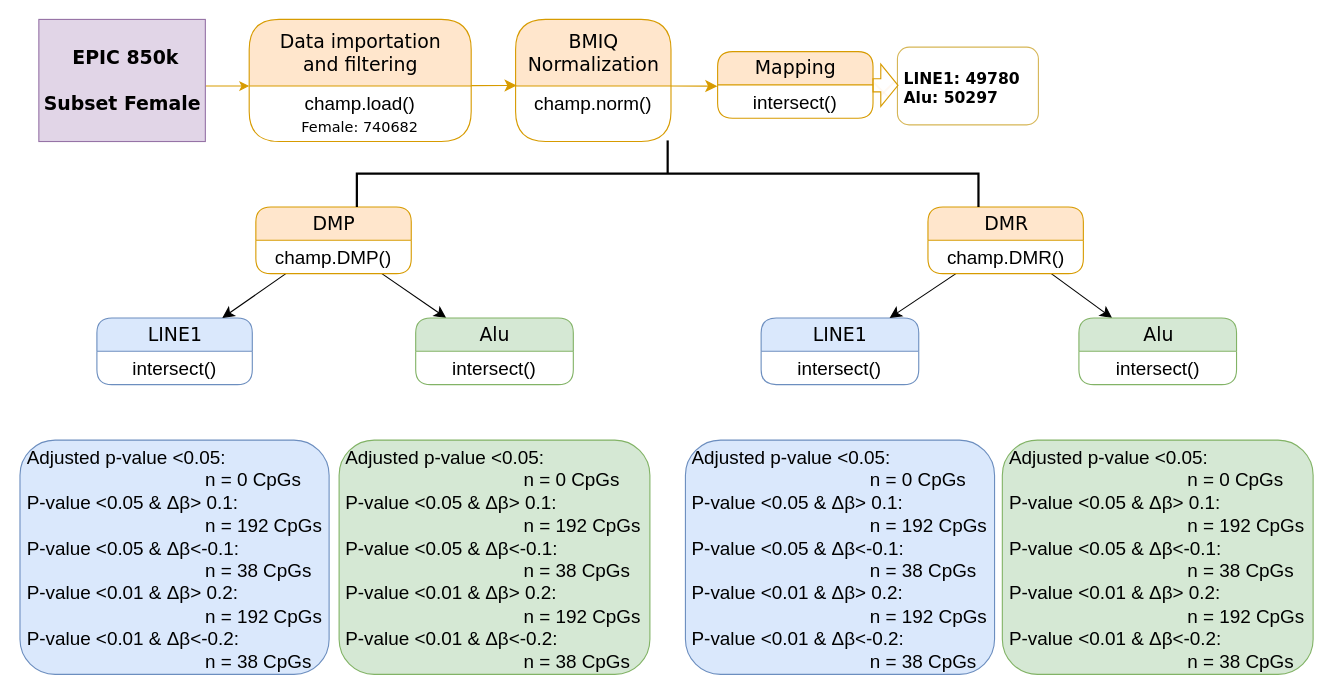
This is subset.drawio from mwLuan/image_storage, a draw.io file, before an edit. Source tidied: cells renumbered, new cells numbered last; positions are measured from the earlier drawing's top-left corner, leaving out a move shared by most shapes. Both pictures are drawn from the tidied source at 111%, with x=0, y=0 at pixel (20, -138).
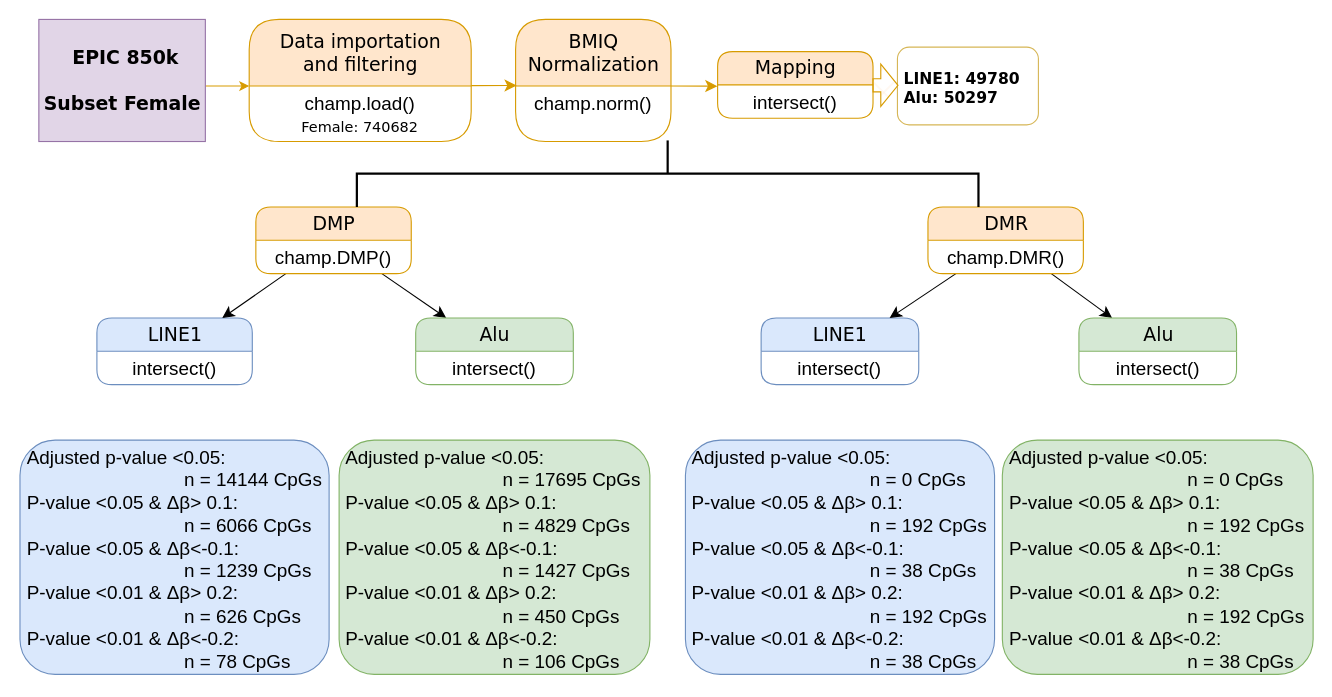
After the change.

Change to the diagram source:
```diff
@@
-    <mxCell id="27" value="&lt;font style=&quot;font-size: 17px;&quot;&gt;Adjusted p-value &amp;lt;0.05: &lt;br&gt;&amp;nbsp; &amp;nbsp; &amp;nbsp; &amp;nbsp; &amp;nbsp; &amp;nbsp; &amp;nbsp; &amp;nbsp; &amp;nbsp; &amp;nbsp; &amp;nbsp; &amp;nbsp; &amp;nbsp; &amp;nbsp; &amp;nbsp; &amp;nbsp; &amp;nbsp; n = 0 CpGs &lt;br&gt;P-value &amp;lt;0.05 &amp;amp; Δβ&amp;gt; 0.1:&lt;br&gt;&amp;nbsp; &amp;nbsp; &amp;nbsp; &amp;nbsp; &amp;nbsp; &amp;nbsp; &amp;nbsp; &amp;nbsp; &amp;nbsp; &amp;nbsp; &amp;nbsp; &amp;nbsp; &amp;nbsp; &amp;nbsp; &amp;nbsp; &amp;nbsp; &amp;nbsp; n = 192 CpGs&lt;br&gt;P-value &amp;lt;0.05 &amp;amp; Δβ&amp;lt;-0.1:&lt;br&gt;&amp;nbsp; &amp;nbsp; &amp;nbsp; &amp;nbsp; &amp;nbsp; &amp;nbsp; &amp;nbsp; &amp;nbsp; &amp;nbsp; &amp;nbsp; &amp;nbsp; &amp;nbsp; &amp;nbsp; &amp;nbsp; &amp;nbsp; &amp;nbsp; &amp;nbsp; n = 38 CpGs&lt;br&gt;P-value &amp;lt;0.01 &amp;amp; Δβ&amp;gt; 0.2:&lt;br&gt;&amp;nbsp; &amp;nbsp; &amp;nbsp; &amp;nbsp; &amp;nbsp; &amp;nbsp; &amp;nbsp; &amp;nbsp; &amp;nbsp; &amp;nbsp; &amp;nbsp; &amp;nbsp; &amp;nbsp; &amp;nbsp; &amp;nbsp; &amp;nbsp; &amp;nbsp; n = 192 CpGs&lt;br style=&quot;border-color: var(--border-color);&quot;&gt;P-value &amp;lt;0.01 &amp;amp; Δβ&amp;lt;-0.2:&lt;br&gt;&amp;nbsp; &amp;nbsp; &amp;nbsp; &amp;nbsp; &amp;nbsp; &amp;nbsp; &amp;nbsp; &amp;nbsp; &amp;nbsp; &amp;nbsp; &amp;nbsp; &amp;nbsp; &amp;nbsp; &amp;nbsp; &amp;nbsp; &amp;nbsp; &amp;nbsp; n = 38 CpGs&lt;br&gt;&lt;/font&gt;" style="text;html=1;spacingLeft=4;spacingRight=4;whiteSpace=wrap;overflow=hidden;align=left;rounded=1;fillColor=#dae8fc;strokeColor=#6c8ebf;" parent="1" vertex="1">
+    <mxCell id="27" value="&lt;font style=&quot;font-size: 17px;&quot;&gt;Adjusted p-value &amp;lt;0.05: &lt;br&gt;&amp;nbsp; &amp;nbsp; &amp;nbsp; &amp;nbsp; &amp;nbsp; &amp;nbsp; &amp;nbsp; &amp;nbsp; &amp;nbsp; &amp;nbsp; &amp;nbsp; &amp;nbsp; &amp;nbsp; &amp;nbsp; &amp;nbsp; n = 14144 CpGs &lt;br&gt;P-value &amp;lt;0.05 &amp;amp; Δβ&amp;gt; 0.1:&lt;br&gt;&amp;nbsp; &amp;nbsp; &amp;nbsp; &amp;nbsp; &amp;nbsp; &amp;nbsp; &amp;nbsp; &amp;nbsp; &amp;nbsp; &amp;nbsp; &amp;nbsp; &amp;nbsp; &amp;nbsp; &amp;nbsp; &amp;nbsp; n = 6066 CpGs&lt;br&gt;P-value &amp;lt;0.05 &amp;amp; Δβ&amp;lt;-0.1:&lt;br&gt;&amp;nbsp; &amp;nbsp; &amp;nbsp; &amp;nbsp; &amp;nbsp; &amp;nbsp; &amp;nbsp; &amp;nbsp; &amp;nbsp; &amp;nbsp; &amp;nbsp; &amp;nbsp; &amp;nbsp; &amp;nbsp; &amp;nbsp; n = 1239 CpGs&lt;br&gt;P-value &amp;lt;0.01 &amp;amp; Δβ&amp;gt; 0.2:&lt;br&gt;&amp;nbsp; &amp;nbsp; &amp;nbsp; &amp;nbsp; &amp;nbsp; &amp;nbsp; &amp;nbsp; &amp;nbsp; &amp;nbsp; &amp;nbsp; &amp;nbsp; &amp;nbsp; &amp;nbsp; &amp;nbsp; &amp;nbsp; n = 626 CpGs&lt;br style=&quot;border-color: var(--border-color);&quot;&gt;P-value &amp;lt;0.01 &amp;amp; Δβ&amp;lt;-0.2:&lt;br&gt;&amp;nbsp; &amp;nbsp; &amp;nbsp; &amp;nbsp; &amp;nbsp; &amp;nbsp; &amp;nbsp; &amp;nbsp; &amp;nbsp; &amp;nbsp; &amp;nbsp; &amp;nbsp; &amp;nbsp; &amp;nbsp; &amp;nbsp; n = 78 CpGs&lt;br&gt;&lt;/font&gt;" style="text;html=1;spacingLeft=4;spacingRight=4;whiteSpace=wrap;overflow=hidden;align=left;rounded=1;fillColor=#dae8fc;strokeColor=#6c8ebf;" parent="1" vertex="1">
       <mxGeometry x="-0.5" y="520" width="278.5" height="211" as="geometry" />
     </mxCell>
-    <mxCell id="28" value="&lt;div style=&quot;font-size: 17px;&quot;&gt;&lt;font style=&quot;font-size: 17px;&quot;&gt;Adjusted p-value &amp;lt;0.05:&lt;/font&gt;&lt;/div&gt;&lt;div style=&quot;font-size: 17px;&quot;&gt;&lt;font style=&quot;font-size: 17px;&quot;&gt;&amp;nbsp; &amp;nbsp; &amp;nbsp; &amp;nbsp; &amp;nbsp; &amp;nbsp; &amp;nbsp; &amp;nbsp; &amp;nbsp; &amp;nbsp; &amp;nbsp; &amp;nbsp; &amp;nbsp; &amp;nbsp; &amp;nbsp; &amp;nbsp; &amp;nbsp; n = 0 CpGs&lt;/font&gt;&lt;/div&gt;&lt;div style=&quot;font-size: 17px;&quot;&gt;&lt;font style=&quot;font-size: 17px;&quot;&gt;P-value &amp;lt;0.05 &amp;amp; Δβ&amp;gt; 0.1:&lt;/font&gt;&lt;/div&gt;&lt;div style=&quot;font-size: 17px;&quot;&gt;&lt;font style=&quot;font-size: 17px;&quot;&gt;&amp;nbsp; &amp;nbsp; &amp;nbsp; &amp;nbsp; &amp;nbsp; &amp;nbsp; &amp;nbsp; &amp;nbsp; &amp;nbsp; &amp;nbsp; &amp;nbsp; &amp;nbsp; &amp;nbsp; &amp;nbsp; &amp;nbsp; &amp;nbsp; &amp;nbsp; n = 192 CpGs&lt;/font&gt;&lt;/div&gt;&lt;div style=&quot;font-size: 17px;&quot;&gt;&lt;font style=&quot;font-size: 17px;&quot;&gt;P-value &amp;lt;0.05 &amp;amp; Δβ&amp;lt;-0.1:&lt;/font&gt;&lt;/div&gt;&lt;div style=&quot;font-size: 17px;&quot;&gt;&lt;font style=&quot;font-size: 17px;&quot;&gt;&amp;nbsp; &amp;nbsp; &amp;nbsp; &amp;nbsp; &amp;nbsp; &amp;nbsp; &amp;nbsp; &amp;nbsp; &amp;nbsp; &amp;nbsp; &amp;nbsp; &amp;nbsp; &amp;nbsp; &amp;nbsp; &amp;nbsp; &amp;nbsp; &amp;nbsp; n = 38 CpGs&lt;/font&gt;&lt;/div&gt;&lt;div style=&quot;font-size: 17px;&quot;&gt;&lt;font style=&quot;font-size: 17px;&quot;&gt;P-value &amp;lt;0.01 &amp;amp; Δβ&amp;gt; 0.2:&lt;/font&gt;&lt;/div&gt;&lt;div style=&quot;font-size: 17px;&quot;&gt;&lt;font style=&quot;font-size: 17px;&quot;&gt;&amp;nbsp; &amp;nbsp; &amp;nbsp; &amp;nbsp; &amp;nbsp; &amp;nbsp; &amp;nbsp; &amp;nbsp; &amp;nbsp; &amp;nbsp; &amp;nbsp; &amp;nbsp; &amp;nbsp; &amp;nbsp; &amp;nbsp; &amp;nbsp; &amp;nbsp; n = 192 CpGs&lt;/font&gt;&lt;/div&gt;&lt;div style=&quot;font-size: 17px;&quot;&gt;&lt;font style=&quot;font-size: 17px;&quot;&gt;P-value &amp;lt;0.01 &amp;amp; Δβ&amp;lt;-0.2:&lt;/font&gt;&lt;/div&gt;&lt;div style=&quot;font-size: 17px;&quot;&gt;&lt;font style=&quot;font-size: 17px;&quot;&gt;&amp;nbsp; &amp;nbsp; &amp;nbsp; &amp;nbsp; &amp;nbsp; &amp;nbsp; &amp;nbsp; &amp;nbsp; &amp;nbsp; &amp;nbsp; &amp;nbsp; &amp;nbsp; &amp;nbsp; &amp;nbsp; &amp;nbsp; &amp;nbsp; &amp;nbsp; n = 38 CpGs&lt;/font&gt;&lt;/div&gt;" style="text;html=1;spacingLeft=4;spacingRight=4;whiteSpace=wrap;overflow=hidden;align=left;rounded=1;fillColor=#d5e8d4;strokeColor=#82b366;" parent="1" vertex="1">
+    <mxCell id="28" value="&lt;div style=&quot;font-size: 17px;&quot;&gt;&lt;font style=&quot;font-size: 17px;&quot;&gt;Adjusted p-value &amp;lt;0.05:&lt;/font&gt;&lt;/div&gt;&lt;div style=&quot;font-size: 17px;&quot;&gt;&lt;font style=&quot;font-size: 17px;&quot;&gt;&amp;nbsp; &amp;nbsp; &amp;nbsp; &amp;nbsp; &amp;nbsp; &amp;nbsp; &amp;nbsp; &amp;nbsp; &amp;nbsp; &amp;nbsp; &amp;nbsp; &amp;nbsp; &amp;nbsp; &amp;nbsp; &amp;nbsp; n = 17695 CpGs&lt;/font&gt;&lt;/div&gt;&lt;div style=&quot;font-size: 17px;&quot;&gt;&lt;font style=&quot;font-size: 17px;&quot;&gt;P-value &amp;lt;0.05 &amp;amp; Δβ&amp;gt; 0.1:&lt;/font&gt;&lt;/div&gt;&lt;div style=&quot;font-size: 17px;&quot;&gt;&lt;font style=&quot;font-size: 17px;&quot;&gt;&amp;nbsp; &amp;nbsp; &amp;nbsp; &amp;nbsp; &amp;nbsp; &amp;nbsp; &amp;nbsp; &amp;nbsp; &amp;nbsp; &amp;nbsp; &amp;nbsp; &amp;nbsp; &amp;nbsp; &amp;nbsp; &amp;nbsp; n = 4829 CpGs&lt;/font&gt;&lt;/div&gt;&lt;div style=&quot;font-size: 17px;&quot;&gt;&lt;font style=&quot;font-size: 17px;&quot;&gt;P-value &amp;lt;0.05 &amp;amp; Δβ&amp;lt;-0.1:&lt;/font&gt;&lt;/div&gt;&lt;div style=&quot;font-size: 17px;&quot;&gt;&lt;font style=&quot;font-size: 17px;&quot;&gt;&amp;nbsp; &amp;nbsp; &amp;nbsp; &amp;nbsp; &amp;nbsp; &amp;nbsp; &amp;nbsp; &amp;nbsp; &amp;nbsp; &amp;nbsp; &amp;nbsp; &amp;nbsp; &amp;nbsp; &amp;nbsp; &amp;nbsp; n = 1427 CpGs&lt;/font&gt;&lt;/div&gt;&lt;div style=&quot;font-size: 17px;&quot;&gt;&lt;font style=&quot;font-size: 17px;&quot;&gt;P-value &amp;lt;0.01 &amp;amp; Δβ&amp;gt; 0.2:&lt;/font&gt;&lt;/div&gt;&lt;div style=&quot;font-size: 17px;&quot;&gt;&lt;font style=&quot;font-size: 17px;&quot;&gt;&amp;nbsp; &amp;nbsp; &amp;nbsp; &amp;nbsp; &amp;nbsp; &amp;nbsp; &amp;nbsp; &amp;nbsp; &amp;nbsp; &amp;nbsp; &amp;nbsp; &amp;nbsp; &amp;nbsp; &amp;nbsp; &amp;nbsp; n = 450 CpGs&lt;/font&gt;&lt;/div&gt;&lt;div style=&quot;font-size: 17px;&quot;&gt;&lt;font style=&quot;font-size: 17px;&quot;&gt;P-value &amp;lt;0.01 &amp;amp; Δβ&amp;lt;-0.2:&lt;/font&gt;&lt;/div&gt;&lt;div style=&quot;font-size: 17px;&quot;&gt;&lt;font style=&quot;font-size: 17px;&quot;&gt;&amp;nbsp; &amp;nbsp; &amp;nbsp; &amp;nbsp; &amp;nbsp; &amp;nbsp; &amp;nbsp; &amp;nbsp; &amp;nbsp; &amp;nbsp; &amp;nbsp; &amp;nbsp; &amp;nbsp; &amp;nbsp; &amp;nbsp; n = 106 CpGs&lt;/font&gt;&lt;/div&gt;" style="text;html=1;spacingLeft=4;spacingRight=4;whiteSpace=wrap;overflow=hidden;align=left;rounded=1;fillColor=#d5e8d4;strokeColor=#82b366;" parent="1" vertex="1">
       <mxGeometry x="287" y="520" width="280" height="211" as="geometry" />
     </mxCell>
```
